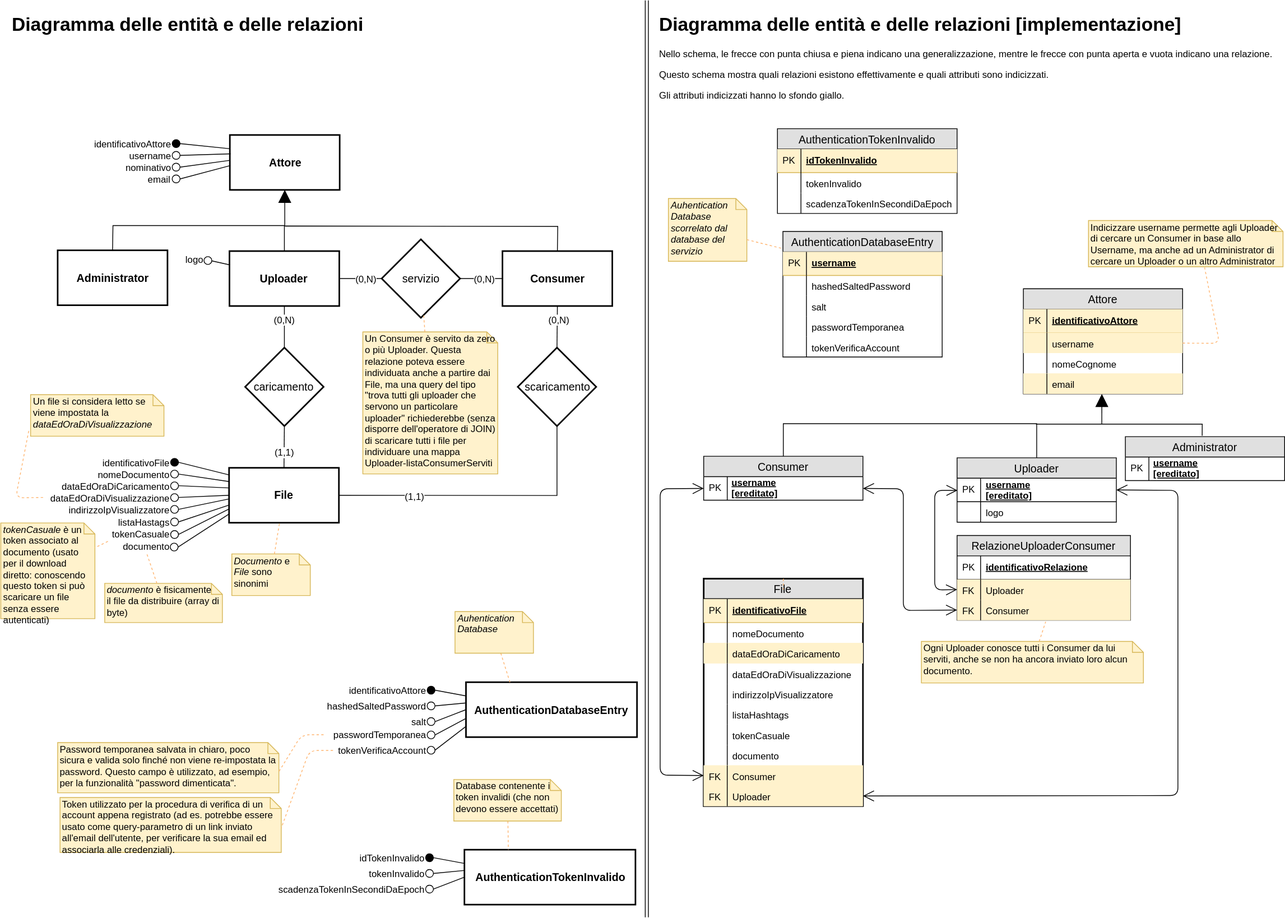
Before: __EXTRA__/algoritmi schemi e note progettuali/diagramma ER/diagramma_er.svg, a diagram exported from draw.io (matteoferfoglia/progetto-progrweb-2020). Source tidied: cells renumbered, new cells last; positions are measured from the earlier drawing's top-left corner, leaving out a move shared by most shapes.
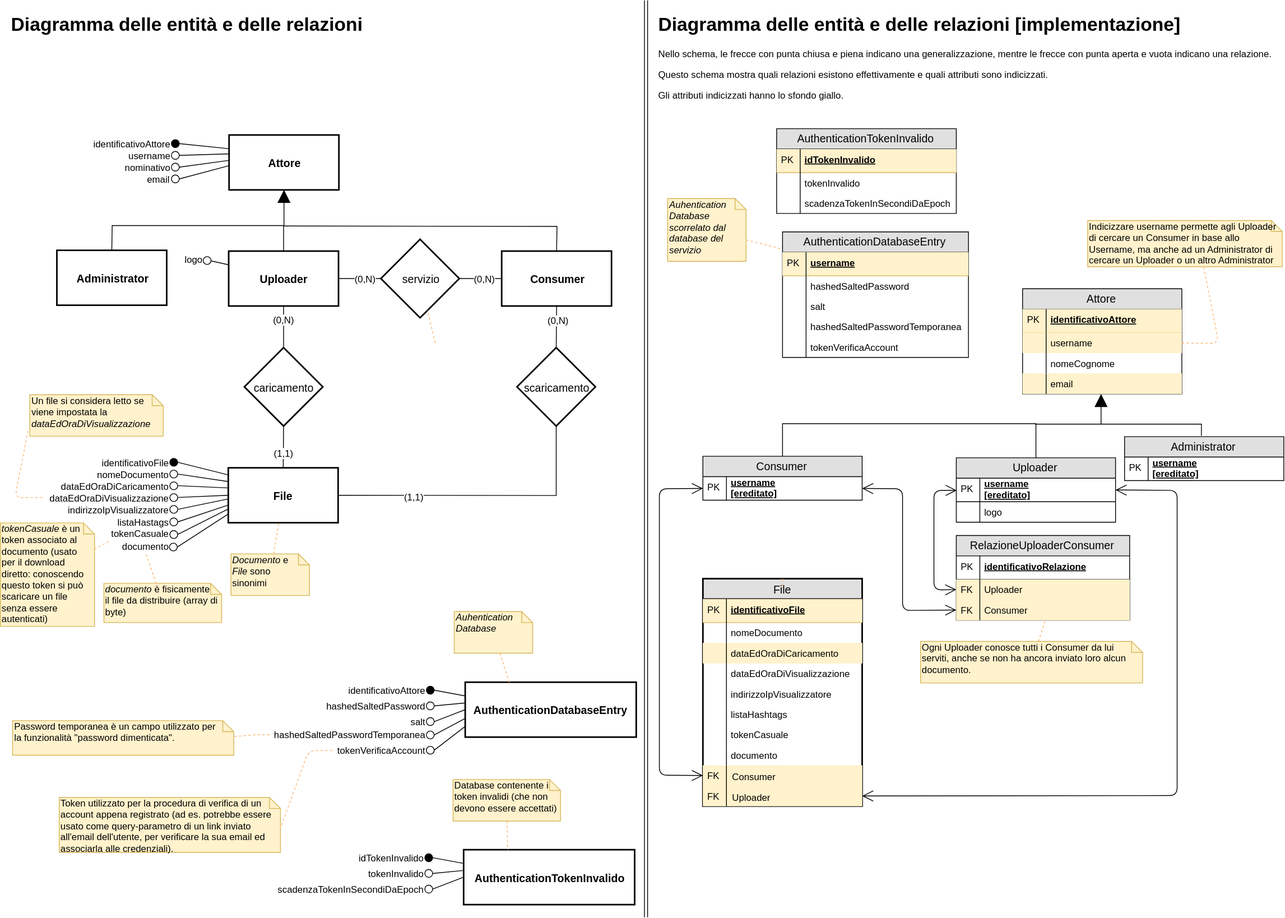
The same diagram one commit later.

Commit message:
Aggiornamento diagramma.

What changed in the source:
```diff
@@ -408,11 +408,10 @@
     <mxCell id="131" value="(0,N)" style="text;html=1;align=center;verticalAlign=middle;labelBackgroundColor=#ffffff;" parent="130" vertex="1">
       <mxGeometry x="0.16" relative="1" as="geometry" />
     </mxCell>
-    <mxCell id="132" value="Un Consumer è servito da zero o più Uploader. Questa relazione poteva essere individuata anche a partire dai File, ma una query del tipo &quot;trova tutti gli uploader che servono un particolare uploader&quot; richiederebbe (senza disporre dell'operatore di JOIN) di scaricare tutti i file per individuare una mappa Uploader-listaConsumerServiti" style="shape=note;whiteSpace=wrap;html=1;size=14;verticalAlign=top;align=left;spacingTop=-6;fillColor=#fff2cc;strokeColor=#d6b656;" parent="1" vertex="1">
-      <mxGeometry x="462" y="422.5" width="172" height="181" as="geometry" />
-    </mxCell>
-    <mxCell id="133" style="endArrow=none;dashed=1;html=1;strokeColor=#FFB570;fillColor=#ffcc99;" parent="1" edge="1" source="132" target="127">
-      <mxGeometry relative="1" as="geometry" />
+    <mxCell id="133" style="endArrow=none;dashed=1;html=1;strokeColor=#FFB570;fillColor=#ffcc99;" parent="1" edge="1" target="127">
+      <mxGeometry relative="1" as="geometry">
+        <mxPoint x="555.1" y="436.5" as="sourcePoint" />
+      </mxGeometry>
     </mxCell>
     <mxCell id="134" style="group;" parent="1" vertex="1">
       <mxGeometry x="993" y="500" width="120" height="20" as="geometry" />
@@ -605,34 +604,34 @@
       <mxGeometry width="30" height="26" as="geometry" />
     </mxCell>
     <mxCell id="189" value="AuthenticationDatabaseEntry" style="swimlane;fontStyle=0;horizontal=1;startSize=26;fillColor=#e0e0e0;swimlaneFillColor=#ffffff;align=center;fontSize=14;" parent="1" vertex="1">
-      <mxGeometry x="997.5" y="294.5" width="203" height="160" as="geometry" />
+      <mxGeometry x="998" y="295" width="237" height="160" as="geometry" />
     </mxCell>
     <mxCell id="190" value="username" style="shape=partialRectangle;top=0;left=0;right=0;bottom=1;align=left;verticalAlign=middle;fillColor=#FFF2CC;spacingLeft=34;spacingRight=4;overflow=hidden;fontStyle=5;fontSize=12;strokeColor=#D6B656;" parent="189" vertex="1">
-      <mxGeometry y="26" width="203" height="30" as="geometry" />
+      <mxGeometry y="26" width="237" height="30" as="geometry" />
     </mxCell>
     <mxCell id="191" value="PK" style="shape=partialRectangle;top=0;left=0;bottom=0;fillColor=none;align=left;verticalAlign=middle;spacingLeft=4;spacingRight=4;overflow=hidden;fontSize=12;" parent="190" vertex="1">
       <mxGeometry width="30" height="30" as="geometry" />
     </mxCell>
     <mxCell id="192" value="hashedSaltedPassword" style="shape=partialRectangle;top=0;left=0;right=0;bottom=0;align=left;verticalAlign=top;fillColor=none;spacingLeft=34;spacingRight=4;overflow=hidden;fontSize=12;" parent="189" vertex="1">
-      <mxGeometry y="56" width="203" height="26" as="geometry" />
+      <mxGeometry y="56" width="237" height="26" as="geometry" />
     </mxCell>
     <mxCell id="193" style="shape=partialRectangle;top=0;left=0;bottom=0;fillColor=none;align=left;verticalAlign=top;spacingLeft=4;spacingRight=4;overflow=hidden;fontSize=12;" parent="192" vertex="1">
       <mxGeometry width="30" height="26" as="geometry" />
     </mxCell>
     <mxCell id="194" value="salt" style="shape=partialRectangle;top=0;left=0;right=0;bottom=0;align=left;verticalAlign=top;fillColor=none;spacingLeft=34;spacingRight=4;overflow=hidden;fontSize=12;" parent="189" vertex="1">
-      <mxGeometry y="82" width="203" height="26" as="geometry" />
+      <mxGeometry y="82" width="237" height="26" as="geometry" />
     </mxCell>
     <mxCell id="195" style="shape=partialRectangle;top=0;left=0;bottom=0;fillColor=none;align=left;verticalAlign=top;spacingLeft=4;spacingRight=4;overflow=hidden;fontSize=12;" parent="194" vertex="1">
       <mxGeometry width="30" height="26" as="geometry" />
     </mxCell>
-    <mxCell id="196" value="passwordTemporanea" style="shape=partialRectangle;top=0;left=0;right=0;bottom=0;align=left;verticalAlign=top;fillColor=none;spacingLeft=34;spacingRight=4;overflow=hidden;fontSize=12;" parent="189" vertex="1">
-      <mxGeometry y="108" width="203" height="26" as="geometry" />
+    <mxCell id="196" value="hashedSaltedPasswordTemporanea" style="shape=partialRectangle;top=0;left=0;right=0;bottom=0;align=left;verticalAlign=top;fillColor=none;spacingLeft=34;spacingRight=4;overflow=hidden;fontSize=12;" parent="189" vertex="1">
+      <mxGeometry y="108" width="237" height="26" as="geometry" />
     </mxCell>
     <mxCell id="197" style="shape=partialRectangle;top=0;left=0;bottom=0;fillColor=none;align=left;verticalAlign=top;spacingLeft=4;spacingRight=4;overflow=hidden;fontSize=12;" parent="196" vertex="1">
       <mxGeometry width="30" height="26" as="geometry" />
     </mxCell>
     <mxCell id="198" value="tokenVerificaAccount" style="shape=partialRectangle;top=0;left=0;right=0;bottom=0;align=left;verticalAlign=top;fillColor=none;spacingLeft=34;spacingRight=4;overflow=hidden;fontSize=12;" parent="189" vertex="1">
-      <mxGeometry y="134" width="203" height="26" as="geometry" />
+      <mxGeometry y="134" width="237" height="26" as="geometry" />
     </mxCell>
     <mxCell id="199" style="shape=partialRectangle;top=0;left=0;bottom=0;fillColor=none;align=left;verticalAlign=top;spacingLeft=4;spacingRight=4;overflow=hidden;fontSize=12;" parent="198" vertex="1">
       <mxGeometry width="30" height="26" as="geometry" />
@@ -727,10 +726,10 @@
       <mxGeometry relative="1" as="geometry" />
     </mxCell>
     <mxCell id="219" style="group;" parent="1" vertex="1">
-      <mxGeometry x="0.5" y="666" width="120" height="124" as="geometry" />
+      <mxGeometry x="1" y="666" width="120" height="134" as="geometry" />
     </mxCell>
     <mxCell id="220" value="&lt;i&gt;tokenCasuale&amp;nbsp;&lt;/i&gt;è un token associato al documento (usato per il download diretto: conoscendo questo token si può scaricare un file senza essere autenticati)" style="shape=note;whiteSpace=wrap;html=1;size=14;verticalAlign=top;align=left;spacingTop=-6;fillColor=#fff2cc;strokeColor=#d6b656;" parent="219" vertex="1">
-      <mxGeometry width="120" height="122" as="geometry" />
+      <mxGeometry width="120" height="131.8" as="geometry" />
     </mxCell>
     <mxCell id="221" style="endArrow=none;dashed=1;html=1;strokeColor=#FFB570;fillColor=#ffcc99;" parent="1" edge="1" source="106" target="220">
       <mxGeometry relative="1" as="geometry" />
@@ -750,19 +749,20 @@
     <mxCell id="226" style="ellipse;whiteSpace=wrap;html=1;" parent="225" vertex="1">
       <mxGeometry width="10" height="10" as="geometry" />
     </mxCell>
-    <mxCell id="227" value="&lt;span&gt;passwordTemporanea&lt;/span&gt;" style="text;html=1;strokeColor=none;fillColor=none;align=right;verticalAlign=middle;whiteSpace=wrap;rounded=0;labelBackgroundColor=none;" parent="222" vertex="1">
+    <mxCell id="227" value="&lt;span&gt;hashedSaltedPasswordTemporanea&lt;/span&gt;" style="text;html=1;strokeColor=none;fillColor=none;align=right;verticalAlign=middle;whiteSpace=wrap;rounded=0;labelBackgroundColor=none;" parent="222" vertex="1">
       <mxGeometry x="-30" width="132" height="20" as="geometry" />
     </mxCell>
     <mxCell id="228" style="endArrow=none;html=1;strokeWidth=1;exitX=1;exitY=0.5;exitDx=0;exitDy=0;entryX=0;entryY=0.66;entryDx=0;entryDy=0;entryPerimeter=0;" parent="1" edge="1" source="226" target="58">
       <mxGeometry relative="1" as="geometry" />
     </mxCell>
-    <mxCell id="229" value="Password temporanea salvata in chiaro, poco sicura e valida solo finché non viene re-impostata la password. Questo campo è utilizzato, ad esempio, per la funzionalità &quot;password dimenticata&quot;." style="shape=note;whiteSpace=wrap;html=1;size=14;verticalAlign=top;align=left;spacingTop=-6;fillColor=#fff2cc;strokeColor=#d6b656;" parent="1" vertex="1">
-      <mxGeometry x="73" y="946" width="282" height="64" as="geometry" />
+    <mxCell id="229" value="Password temporanea è un campo utilizzato per&lt;br&gt;la funzionalità &quot;password dimenticata&quot;." style="shape=note;whiteSpace=wrap;html=1;size=14;verticalAlign=top;align=left;spacingTop=-6;fillColor=#fff2cc;strokeColor=#d6b656;" parent="1" vertex="1">
+      <mxGeometry x="16.5" y="918" width="282" height="44" as="geometry" />
     </mxCell>
-    <mxCell id="230" style="endArrow=none;dashed=1;html=1;strokeColor=#FFB570;fillColor=#ffcc99;exitX=0;exitY=0.5;exitDx=0;exitDy=0;entryX=0;entryY=0;entryDx=282;entryDy=37;entryPerimeter=0;" parent="1" edge="1" source="227" target="229">
+    <mxCell id="230" style="endArrow=none;dashed=1;html=1;strokeColor=#FFB570;fillColor=#ffcc99;entryX=1.004;entryY=0.462;entryDx=0;entryDy=0;entryPerimeter=0;" parent="1" edge="1" target="229">
       <mxGeometry relative="1" as="geometry">
+        <mxPoint x="344" y="936" as="sourcePoint" />
         <Array as="points">
-          <mxPoint x="384" y="936" />
+          <mxPoint x="324" y="936" />
         </Array>
       </mxGeometry>
     </mxCell>
```
